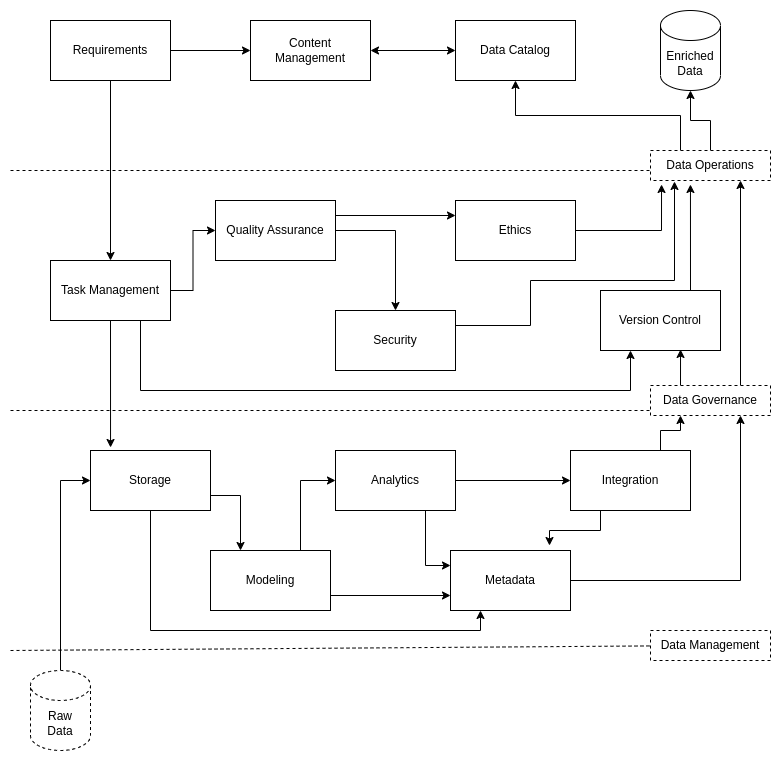
Before: docs/source/static/images/do_baseline_overview.png, a diagram exported from draw.io (CertusGroup/ciutshi). Source tidied: cells renumbered, new cells last; positions are measured from the earlier drawing's top-left corner, leaving out a move shared by most shapes.
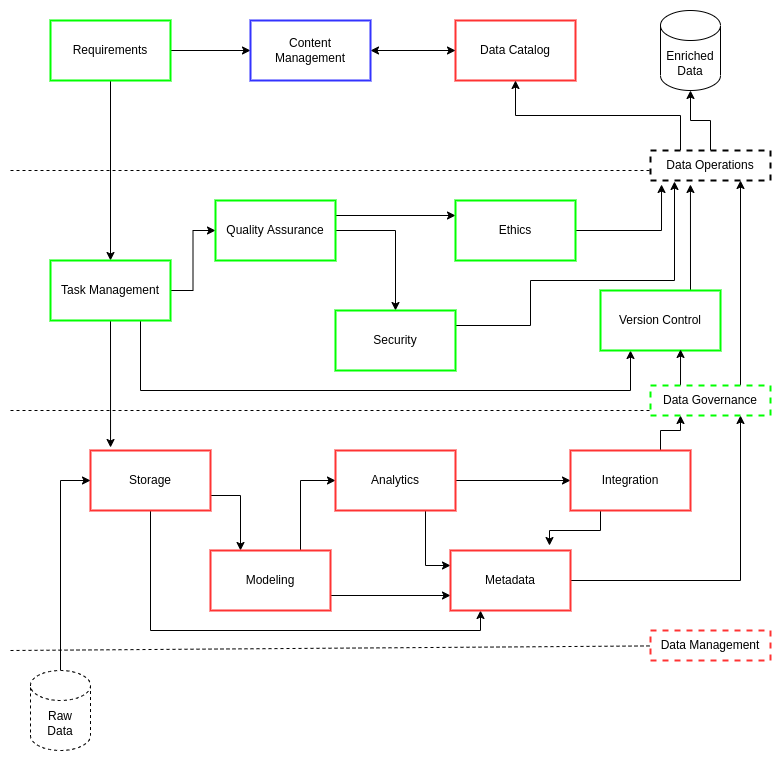
Later version of the same file.

What changed in the source:
```diff
@@ -20,7 +20,7 @@
     <mxCell id="5" style="edgeStyle=orthogonalEdgeStyle;rounded=0;jettySize=auto;html=1;exitX=0.5;exitY=1;exitDx=0;exitDy=0;entryX=0.25;entryY=1;entryDx=0;entryDy=0;" parent="1" edge="1" source="6" target="14">
       <mxGeometry relative="1" as="geometry" />
     </mxCell>
-    <mxCell id="6" value="Storage" style="rounded=0;whiteSpace=wrap;html=1;" parent="1" vertex="1">
+    <mxCell id="6" value="Storage" style="rounded=0;whiteSpace=wrap;html=1;strokeWidth=2;strokeColor=#FF3333;" parent="1" vertex="1">
       <mxGeometry x="80" y="440" width="120" height="60" as="geometry" />
     </mxCell>
     <mxCell id="7" style="edgeStyle=orthogonalEdgeStyle;rounded=0;jettySize=auto;html=1;exitX=0.75;exitY=0;exitDx=0;exitDy=0;entryX=0;entryY=0.5;entryDx=0;entryDy=0;" parent="1" edge="1" source="9" target="12">
@@ -29,7 +29,7 @@
     <mxCell id="8" style="edgeStyle=orthogonalEdgeStyle;rounded=0;jettySize=auto;html=1;exitX=1;exitY=0.75;exitDx=0;exitDy=0;entryX=0;entryY=0.75;entryDx=0;entryDy=0;" parent="1" edge="1" source="9" target="14">
       <mxGeometry relative="1" as="geometry" />
     </mxCell>
-    <mxCell id="9" value="Modeling" style="rounded=0;whiteSpace=wrap;html=1;" parent="1" vertex="1">
+    <mxCell id="9" value="Modeling" style="rounded=0;whiteSpace=wrap;html=1;strokeWidth=2;strokeColor=#FF3333;" parent="1" vertex="1">
       <mxGeometry x="200" y="540" width="120" height="60" as="geometry" />
     </mxCell>
     <mxCell id="10" style="edgeStyle=orthogonalEdgeStyle;rounded=0;jettySize=auto;html=1;exitX=1;exitY=0.5;exitDx=0;exitDy=0;entryX=0;entryY=0.5;entryDx=0;entryDy=0;" parent="1" edge="1" source="12" target="17">
@@ -38,13 +38,13 @@
     <mxCell id="11" style="edgeStyle=orthogonalEdgeStyle;rounded=0;jettySize=auto;html=1;exitX=0.75;exitY=1;exitDx=0;exitDy=0;entryX=0;entryY=0.25;entryDx=0;entryDy=0;" parent="1" edge="1" source="12" target="14">
       <mxGeometry relative="1" as="geometry" />
     </mxCell>
-    <mxCell id="12" value="Analytics" style="rounded=0;whiteSpace=wrap;html=1;" parent="1" vertex="1">
+    <mxCell id="12" value="Analytics" style="rounded=0;whiteSpace=wrap;html=1;strokeWidth=2;strokeColor=#FF3333;" parent="1" vertex="1">
       <mxGeometry x="325" y="440" width="120" height="60" as="geometry" />
     </mxCell>
     <mxCell id="13" style="edgeStyle=orthogonalEdgeStyle;rounded=0;jettySize=auto;html=1;exitX=1;exitY=0.5;exitDx=0;exitDy=0;entryX=0.75;entryY=1;entryDx=0;entryDy=0;" parent="1" edge="1" source="14" target="38">
       <mxGeometry relative="1" as="geometry" />
     </mxCell>
-    <mxCell id="14" value="Metadata" style="rounded=0;whiteSpace=wrap;html=1;" parent="1" vertex="1">
+    <mxCell id="14" value="Metadata" style="rounded=0;whiteSpace=wrap;html=1;strokeWidth=2;strokeColor=#FF3333;" parent="1" vertex="1">
       <mxGeometry x="440" y="540" width="120" height="60" as="geometry" />
     </mxCell>
     <mxCell id="15" style="edgeStyle=orthogonalEdgeStyle;rounded=0;jettySize=auto;html=1;exitX=0.25;exitY=1;exitDx=0;exitDy=0;entryX=0.825;entryY=-0.083;entryDx=0;entryDy=0;entryPerimeter=0;" parent="1" edge="1" source="17" target="14">
@@ -53,10 +53,10 @@
     <mxCell id="16" style="edgeStyle=orthogonalEdgeStyle;rounded=0;jettySize=auto;html=1;exitX=0.75;exitY=0;exitDx=0;exitDy=0;entryX=0.25;entryY=1;entryDx=0;entryDy=0;" parent="1" edge="1" source="17" target="38">
       <mxGeometry relative="1" as="geometry" />
     </mxCell>
-    <mxCell id="17" value="Integration" style="rounded=0;whiteSpace=wrap;html=1;" parent="1" vertex="1">
+    <mxCell id="17" value="Integration" style="rounded=0;whiteSpace=wrap;html=1;strokeWidth=2;strokeColor=#FF3333;" parent="1" vertex="1">
       <mxGeometry x="560" y="440" width="120" height="60" as="geometry" />
     </mxCell>
-    <mxCell id="18" value="Data Catalog&lt;br&gt;" style="rounded=0;whiteSpace=wrap;html=1;" parent="1" vertex="1">
+    <mxCell id="18" value="Data Catalog&lt;br&gt;" style="rounded=0;whiteSpace=wrap;html=1;strokeWidth=2;strokeColor=#FF3333;" parent="1" vertex="1">
       <mxGeometry x="445" y="10" width="120" height="60" as="geometry" />
     </mxCell>
     <mxCell id="19" style="edgeStyle=orthogonalEdgeStyle;rounded=0;jettySize=auto;html=1;exitX=0.5;exitY=1;exitDx=0;exitDy=0;entryX=0.5;entryY=0;entryDx=0;entryDy=0;" parent="1" edge="1" source="21" target="25">
@@ -65,7 +65,7 @@
     <mxCell id="20" style="edgeStyle=orthogonalEdgeStyle;rounded=0;jettySize=auto;html=1;exitX=1;exitY=0.5;exitDx=0;exitDy=0;entryX=0;entryY=0.5;entryDx=0;entryDy=0;" parent="1" edge="1" source="21" target="48">
       <mxGeometry relative="1" as="geometry" />
     </mxCell>
-    <mxCell id="21" value="Requirements" style="rounded=0;whiteSpace=wrap;html=1;" parent="1" vertex="1">
+    <mxCell id="21" value="Requirements" style="rounded=0;whiteSpace=wrap;html=1;strokeColor=#00FF00;strokeWidth=2;" parent="1" vertex="1">
       <mxGeometry x="40" y="10" width="120" height="60" as="geometry" />
     </mxCell>
     <mxCell id="22" style="edgeStyle=orthogonalEdgeStyle;rounded=0;jettySize=auto;html=1;exitX=1;exitY=0.5;exitDx=0;exitDy=0;entryX=0;entryY=0.5;entryDx=0;entryDy=0;" parent="1" edge="1" source="25" target="28">
@@ -82,7 +82,7 @@
     <mxCell id="24" style="edgeStyle=orthogonalEdgeStyle;rounded=0;jettySize=auto;html=1;exitX=0.5;exitY=1;exitDx=0;exitDy=0;entryX=0.167;entryY=-0.05;entryDx=0;entryDy=0;entryPerimeter=0;" parent="1" edge="1" source="25" target="6">
       <mxGeometry relative="1" as="geometry" />
     </mxCell>
-    <mxCell id="25" value="Task Management" style="rounded=0;whiteSpace=wrap;html=1;" parent="1" vertex="1">
+    <mxCell id="25" value="Task Management" style="rounded=0;whiteSpace=wrap;html=1;strokeColor=#00FF00;strokeWidth=2;" parent="1" vertex="1">
       <mxGeometry x="40" y="250" width="120" height="60" as="geometry" />
     </mxCell>
     <mxCell id="26" style="edgeStyle=orthogonalEdgeStyle;rounded=0;jettySize=auto;html=1;exitX=1;exitY=0.5;exitDx=0;exitDy=0;entryX=0.5;entryY=0;entryDx=0;entryDy=0;" parent="1" edge="1" source="28" target="30">
@@ -91,7 +91,7 @@
     <mxCell id="27" style="edgeStyle=orthogonalEdgeStyle;rounded=0;jettySize=auto;html=1;exitX=1;exitY=0.25;exitDx=0;exitDy=0;entryX=0;entryY=0.25;entryDx=0;entryDy=0;" parent="1" edge="1" source="28" target="34">
       <mxGeometry relative="1" as="geometry" />
     </mxCell>
-    <mxCell id="28" value="Quality Assurance" style="rounded=0;whiteSpace=wrap;html=1;" parent="1" vertex="1">
+    <mxCell id="28" value="Quality Assurance" style="rounded=0;whiteSpace=wrap;html=1;strokeColor=#00FF00;strokeWidth=2;" parent="1" vertex="1">
       <mxGeometry x="205" y="190" width="120" height="60" as="geometry" />
     </mxCell>
     <mxCell id="29" style="edgeStyle=orthogonalEdgeStyle;rounded=0;jettySize=auto;html=1;exitX=1;exitY=0.25;exitDx=0;exitDy=0;entryX=0.2;entryY=1.033;entryDx=0;entryDy=0;entryPerimeter=0;" parent="1" edge="1" source="30" target="41">
@@ -103,19 +103,19 @@
         </Array>
       </mxGeometry>
     </mxCell>
-    <mxCell id="30" value="Security" style="rounded=0;whiteSpace=wrap;html=1;" parent="1" vertex="1">
+    <mxCell id="30" value="Security" style="rounded=0;whiteSpace=wrap;html=1;strokeColor=#00FF00;strokeWidth=2;" parent="1" vertex="1">
       <mxGeometry x="325" y="300" width="120" height="60" as="geometry" />
     </mxCell>
     <mxCell id="31" style="edgeStyle=orthogonalEdgeStyle;rounded=0;jettySize=auto;html=1;exitX=0.75;exitY=0;exitDx=0;exitDy=0;entryX=0.333;entryY=1.133;entryDx=0;entryDy=0;entryPerimeter=0;" parent="1" edge="1" source="32" target="41">
       <mxGeometry relative="1" as="geometry" />
     </mxCell>
-    <mxCell id="32" value="Version Control" style="rounded=0;whiteSpace=wrap;html=1;" parent="1" vertex="1">
+    <mxCell id="32" value="Version Control" style="rounded=0;whiteSpace=wrap;html=1;strokeColor=#00FF00;strokeWidth=2;" parent="1" vertex="1">
       <mxGeometry x="590" y="280" width="120" height="60" as="geometry" />
     </mxCell>
     <mxCell id="33" style="edgeStyle=orthogonalEdgeStyle;rounded=0;jettySize=auto;html=1;exitX=1;exitY=0.5;exitDx=0;exitDy=0;entryX=0.092;entryY=1.133;entryDx=0;entryDy=0;entryPerimeter=0;" parent="1" edge="1" source="34" target="41">
       <mxGeometry relative="1" as="geometry" />
     </mxCell>
-    <mxCell id="34" value="Ethics" style="rounded=0;whiteSpace=wrap;html=1;" parent="1" vertex="1">
+    <mxCell id="34" value="Ethics" style="rounded=0;whiteSpace=wrap;html=1;strokeColor=#00FF00;strokeWidth=2;" parent="1" vertex="1">
       <mxGeometry x="445" y="190" width="120" height="60" as="geometry" />
     </mxCell>
     <mxCell id="35" style="endArrow=none;dashed=1;html=1;rounded=0;startArrow=none;" parent="1" edge="1" source="45">
@@ -129,7 +129,7 @@
     <mxCell id="37" style="edgeStyle=orthogonalEdgeStyle;rounded=0;jettySize=auto;html=1;exitX=0.75;exitY=0;exitDx=0;exitDy=0;entryX=0.75;entryY=1;entryDx=0;entryDy=0;" parent="1" edge="1" source="38" target="41">
       <mxGeometry relative="1" as="geometry" />
     </mxCell>
-    <mxCell id="38" value="Data Governance" style="rounded=0;whiteSpace=wrap;html=1;dashed=1;" parent="1" vertex="1">
+    <mxCell id="38" value="Data Governance" style="rounded=0;whiteSpace=wrap;html=1;dashed=1;strokeColor=#00FF00;strokeWidth=2;" parent="1" vertex="1">
       <mxGeometry x="640" y="375" width="120" height="30" as="geometry" />
     </mxCell>
     <mxCell id="39" style="edgeStyle=orthogonalEdgeStyle;rounded=0;jettySize=auto;html=1;exitX=0.5;exitY=0;exitDx=0;exitDy=0;entryX=0.5;entryY=1;entryDx=0;entryDy=0;entryPerimeter=0;" parent="1" edge="1" source="41" target="44">
@@ -138,7 +138,7 @@
     <mxCell id="40" style="edgeStyle=orthogonalEdgeStyle;rounded=0;jettySize=auto;html=1;exitX=0.25;exitY=0;exitDx=0;exitDy=0;entryX=0.5;entryY=1;entryDx=0;entryDy=0;" parent="1" edge="1" source="41" target="18">
       <mxGeometry relative="1" as="geometry" />
     </mxCell>
-    <mxCell id="41" value="Data Operations" style="rounded=0;whiteSpace=wrap;html=1;dashed=1;" parent="1" vertex="1">
+    <mxCell id="41" value="Data Operations" style="rounded=0;whiteSpace=wrap;html=1;dashed=1;strokeWidth=2;" parent="1" vertex="1">
       <mxGeometry x="640" y="140" width="120" height="30" as="geometry" />
     </mxCell>
     <mxCell id="42" style="edgeStyle=orthogonalEdgeStyle;rounded=0;jettySize=auto;html=1;exitX=0.5;exitY=0;exitDx=0;exitDy=0;exitPerimeter=0;entryX=0;entryY=0.5;entryDx=0;entryDy=0;" parent="1" edge="1" source="43" target="6">
@@ -150,7 +150,7 @@
     <mxCell id="44" value="Enriched&lt;br&gt;Data" style="shape=cylinder3;whiteSpace=wrap;html=1;boundedLbl=1;backgroundOutline=1;size=15;" parent="1" vertex="1">
       <mxGeometry x="650" width="60" height="80" as="geometry" />
     </mxCell>
-    <mxCell id="45" value="Data Management&lt;br&gt;" style="rounded=0;whiteSpace=wrap;html=1;dashed=1;" parent="1" vertex="1">
+    <mxCell id="45" value="Data Management&lt;br&gt;" style="rounded=0;whiteSpace=wrap;html=1;dashed=1;strokeWidth=2;strokeColor=#FF3333;" parent="1" vertex="1">
       <mxGeometry x="640" y="620" width="120" height="30" as="geometry" />
     </mxCell>
     <mxCell id="46" style="endArrow=none;dashed=1;html=1;rounded=0;" parent="1" edge="1" target="45">
@@ -161,7 +161,7 @@
     <mxCell id="47" style="edgeStyle=orthogonalEdgeStyle;rounded=0;jettySize=auto;html=1;exitX=1;exitY=0.5;exitDx=0;exitDy=0;entryX=0;entryY=0.5;entryDx=0;entryDy=0;startArrow=classic;startFill=1;" parent="1" edge="1" source="48" target="18">
       <mxGeometry relative="1" as="geometry" />
     </mxCell>
-    <mxCell id="48" value="Content&lt;br&gt;Management" style="rounded=0;whiteSpace=wrap;html=1;" parent="1" vertex="1">
+    <mxCell id="48" value="Content&lt;br&gt;Management" style="rounded=0;whiteSpace=wrap;html=1;strokeColor=#3333FF;strokeWidth=2;" parent="1" vertex="1">
       <mxGeometry x="240" y="10" width="120" height="60" as="geometry" />
     </mxCell>
   </root>
```
